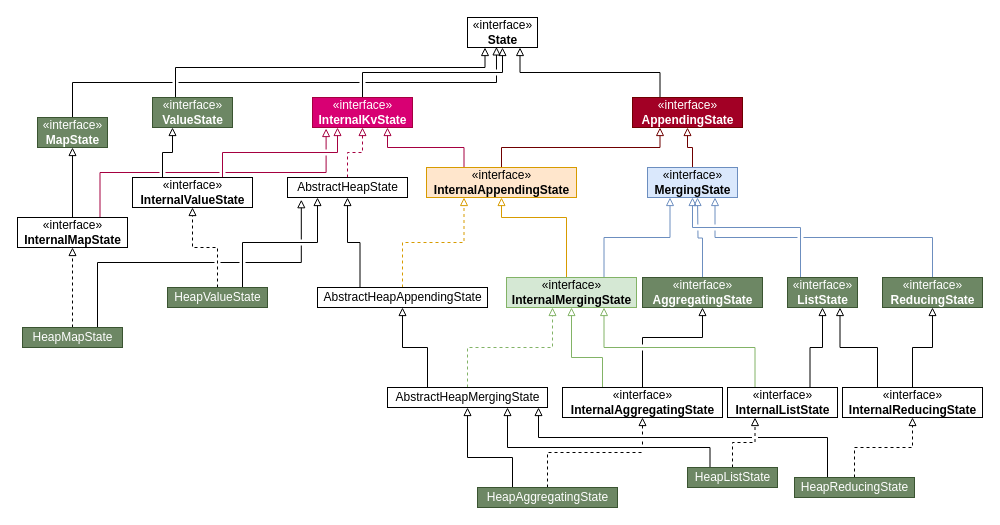
Before: page "State" (1 of 7) of 图/Flink01.drawio in jackyxie19/our-leetcode-notes, a draw.io diagram. Source tidied: cells renumbered, new cells numbered last; positions are measured from the earlier drawing's top-left corner, leaving out a move shared by most shapes. Both pictures are drawn from the tidied source at 100%, with x=0, y=0 at pixel (17, 17).
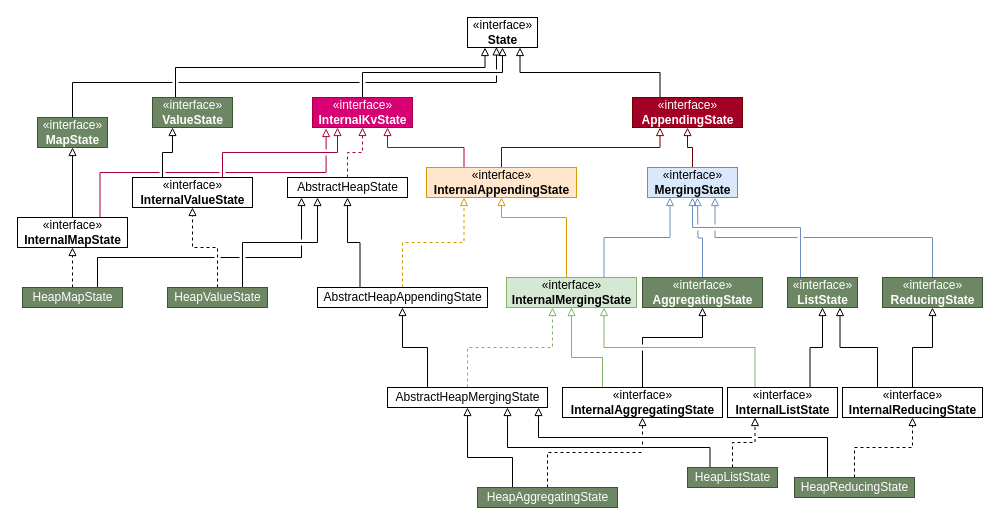
The same page after the edit.

Unchanged cells that the change refers to:
```xml
<mxCell id="8" value="AbstractHeapState" style="html=1;shadow=0;" parent="1" vertex="1">
  <mxGeometry x="270" y="160" width="120" height="20" as="geometry" />
</mxCell>
```

What changed in the source:
```diff
@@
-    <mxCell id="61" style="edgeStyle=orthogonalEdgeStyle;rounded=0;jumpStyle=gap;jettySize=auto;html=1;exitX=0.75;exitY=0;exitDx=0;exitDy=0;startArrow=none;startFill=0;endArrow=block;endFill=0;endSize=6;strokeColor=#000000;entryX=0.115;entryY=1.11;entryDx=0;entryDy=0;entryPerimeter=0;" parent="1" edge="1" source="62" target="8">
-      <mxGeometry relative="1" as="geometry" />
+    <mxCell id="61" style="edgeStyle=orthogonalEdgeStyle;rounded=0;jumpStyle=gap;jettySize=auto;html=1;exitX=0.75;exitY=0;exitDx=0;exitDy=0;startArrow=none;startFill=0;endArrow=block;endFill=0;endSize=6;strokeColor=#000000;" parent="1" edge="1" source="62" target="8">
+      <mxGeometry relative="1" as="geometry">
+        <Array as="points">
+          <mxPoint x="80" y="240" />
+          <mxPoint x="284" y="240" />
+        </Array>
+      </mxGeometry>
     </mxCell>
     <mxCell id="62" value="HeapMapState" style="html=1;shadow=0;fillColor=#6d8764;strokeColor=#3A5431;fontColor=#ffffff;" parent="1" vertex="1">
-      <mxGeometry x="5" y="310" width="100" height="20" as="geometry" />
+      <mxGeometry x="5" y="270" width="100" height="20" as="geometry" />
     </mxCell>
```
